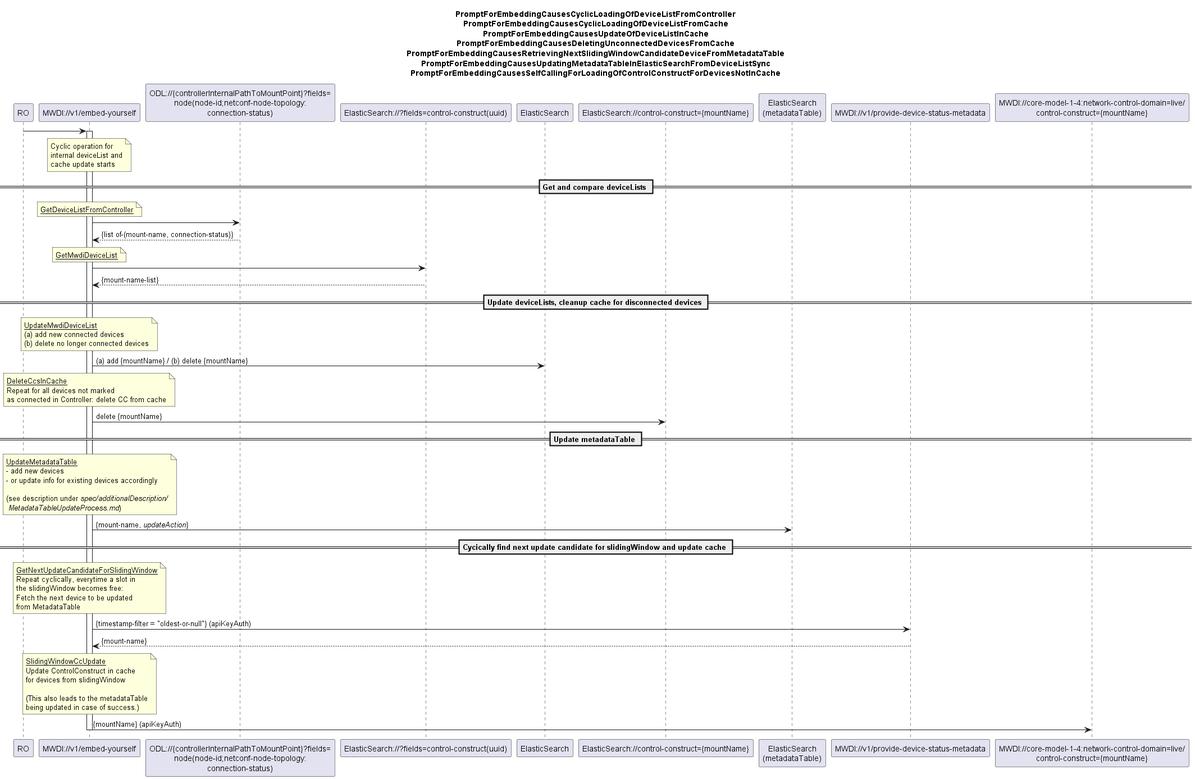
The PlantUML diagram spec/diagrams/00x_CyclicOperationBasedDeviceListSync.png in openBackhaul/MicroWaveDeviceInventory, before a commit.
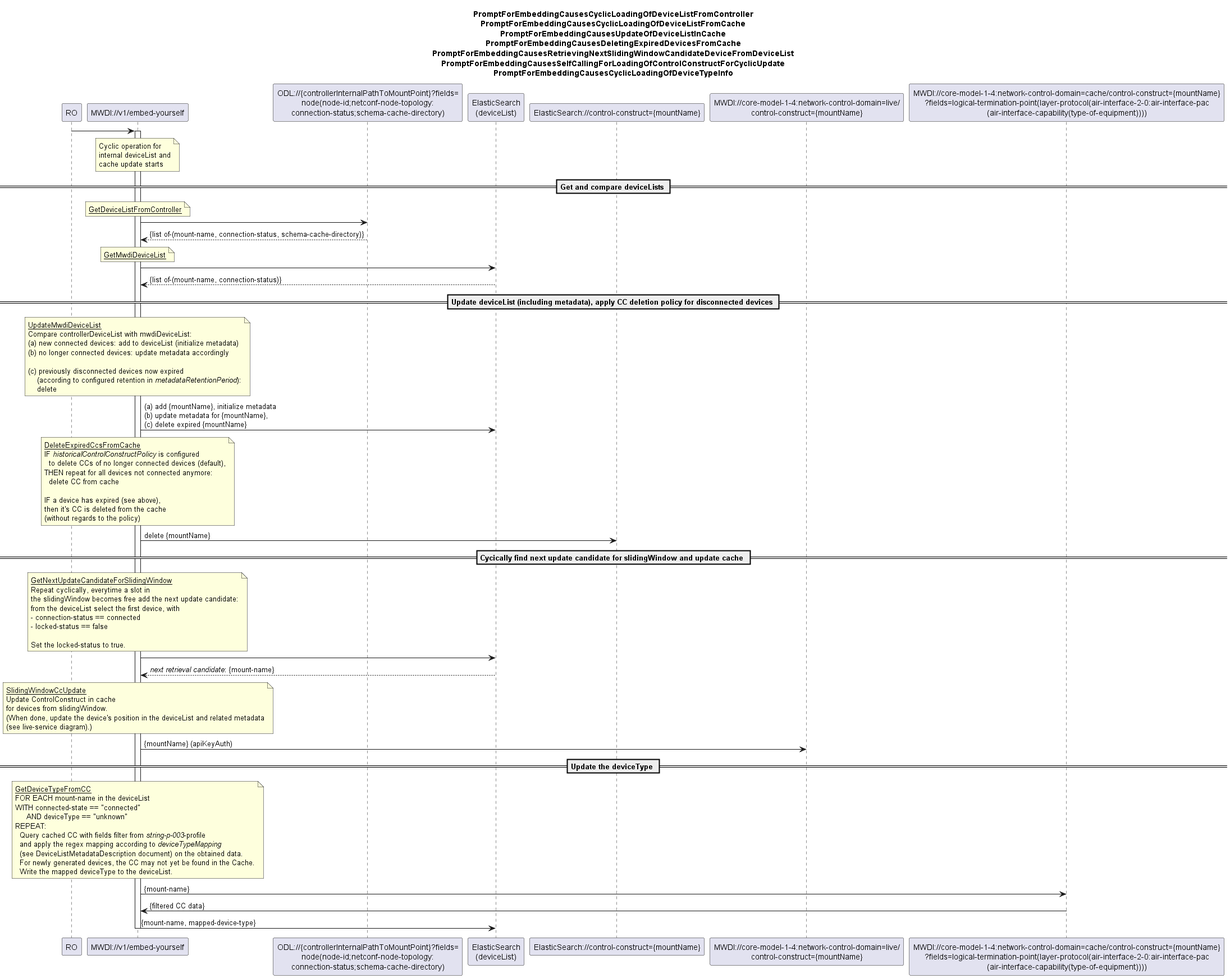
After the change.

What changed in the source:
```diff
@@ -1,27 +1,23 @@
 @startuml 00x_CyclicOperationBasedDeviceListSync
 skinparam responseMessageBelowArrow true
-
-
 
 title
 PromptForEmbeddingCausesCyclicLoadingOfDeviceListFromController
 PromptForEmbeddingCausesCyclicLoadingOfDeviceListFromCache
 PromptForEmbeddingCausesUpdateOfDeviceListInCache
-PromptForEmbeddingCausesDeletingUnconnectedDevicesFromCache
-PromptForEmbeddingCausesRetrievingNextSlidingWindowCandidateDeviceFromMetadataTable
-PromptForEmbeddingCausesUpdatingMetadataTableInElasticSearchFromDeviceListSync
-PromptForEmbeddingCausesSelfCallingForLoadingOfControlConstructForDevicesNotInCache
+PromptForEmbeddingCausesDeletingExpiredDevicesFromCache
+PromptForEmbeddingCausesRetrievingNextSlidingWindowCandidateDeviceFromDeviceList
+PromptForEmbeddingCausesSelfCallingForLoadingOfControlConstructForCyclicUpdate
+PromptForEmbeddingCausesCyclicLoadingOfDeviceTypeInfo
 end title
 
 participant "RO" as ro
 participant "MWDI://v1/embed-yourself" as mwdi
-participant "ODL://{controllerInternalPathToMountPoint}?fields=\nnode(node-id;netconf-node-topology:\nconnection-status)" as odlConnectionStatus
-participant "ElasticSearch://?fields=control-construct(uuid)" as ConnectedDeviceList
-participant "ElasticSearch" as es
+participant "ODL://{controllerInternalPathToMountPoint}?fields=\nnode(node-id;netconf-node-topology:\nconnection-status;schema-cache-directory)" as odlConnectionStatus
+participant "ElasticSearch\n(deviceList)" as deviceList
 participant "ElasticSearch://control-construct={mountName}" as esCC
-participant "ElasticSearch\n(metadataTable)" as mtab
-participant "MWDI://v1/provide-device-status-metadata" as metadata
 participant "MWDI://core-model-1-4:network-control-domain=live/\ncontrol-construct={mountName}" as ControlConstruct
+participant "MWDI://core-model-1-4:network-control-domain=cache/control-construct={mountName}\n?fields=logical-termination-point(layer-protocol(air-interface-2-0:air-interface-pac\n(air-interface-capability(type-of-equipment))))" as mwdiDevType
 
 
 
@@ -40,62 +36,82 @@
   <u>GetDeviceListFromController</u>
 end note
 mwdi -> odlConnectionStatus
-odlConnectionStatus --> mwdi: {list of-(mount-name, connection-status)}
+odlConnectionStatus --> mwdi: {list of-(mount-name, connection-status, schema-cache-directory)}
 
 note over mwdi
   <u>GetMwdiDeviceList</u>
 end note
-mwdi -> ConnectedDeviceList
-ConnectedDeviceList --> mwdi: {mount-name-list}
+mwdi -> deviceList
+deviceList --> mwdi: {list of-(mount-name, connection-status)}
 
-== Update deviceLists, cleanup cache for disconnected devices ==
+== Update deviceList (including metadata), apply CC deletion policy for disconnected devices ==
 
 note over mwdi
   <u>UpdateMwdiDeviceList</u>
-  (a) add new connected devices
-  (b) delete no longer connected devices
+  Compare controllerDeviceList with mwdiDeviceList:
+  (a) new connected devices: add to deviceList (initialize metadata)
+  (b) no longer connected devices: update metadata accordingly
+
+  (c) previously disconnected devices now expired
+      (according to configured retention in <i>metadataRetentionPeriod</i>):
+      delete
 end note
-mwdi -> es: (a) add {mountName} / (b) delete {mountName}
+mwdi -> deviceList: (a) add {mountName}, initialize metadata \n(b) update metadata for {mountName}, \n(c) delete expired {mountName}
 
 note over mwdi
-  <u>DeleteCcsInCache</u>
-  Repeat for all devices not marked
-  as connected in Controller: delete CC from cache
+  <u>DeleteExpiredCcsFromCache</u>
+  IF <i>historicalControlConstructPolicy</i> is configured
+    to delete CCs of no longer connected devices (default),
+  THEN repeat for all devices not connected anymore:
+    delete CC from cache
+
+  IF a device has expired (see above),
+  then it's CC is deleted from the cache
+  (without regards to the policy)
 end note
 mwdi -> esCC: delete {mountName}
-
-== Update metadataTable ==
-note over mwdi
-  <u>UpdateMetadataTable</u>
-  - add new devices
-  - or update info for existing devices accordingly
-
-  (see description under <i>spec/additionalDescription/</i>
-   <i>MetadataTableUpdateProcess.md</i>)
-end note
-mwdi -> mtab: {mount-name, <i>updateAction</i>}
 
 == Cycically find next update candidate for slidingWindow and update cache ==
 
 note over mwdi
   <u>GetNextUpdateCandidateForSlidingWindow</u>
   Repeat cyclically, everytime a slot in
-  the slidingWindow becomes free:
-  Fetch the next device to be updated
-  from MetadataTable
+  the slidingWindow becomes free add the next update candidate:
+  from the deviceList select the first device, with
+  - connection-status == connected
+  - locked-status == false
+
+  Set the locked-status to true.
 end note
-mwdi -> metadata: {timestamp-filter = "oldest-or-null"} (apiKeyAuth)
-metadata --> mwdi: {mount-name}
+mwdi -> deviceList
+deviceList --> mwdi: <i>next retrieval candidate</i>: {mount-name}
 
 note over mwdi
   <u>SlidingWindowCcUpdate</u>
   Update ControlConstruct in cache
-  for devices from slidingWindow
-
-  (This also leads to the metadataTable
-  being updated in case of success.)
+  for devices from slidingWindow.
+  (When done, update the device's position in the deviceList and related metadata
+  (see live-service diagram).)
 end note
 mwdi -> ControlConstruct: {mountName} (apiKeyAuth)
+
+== Update the deviceType ==
+
+note over mwdi
+  <u>GetDeviceTypeFromCC</u>
+  FOR EACH mount-name in the deviceList
+  WITH connected-state == "connected"
+       AND deviceType == "unknown"
+  REPEAT:
+    Query cached CC with fields filter from <i>string-p-003</i>-profile
+    and apply the regex mapping according to <i>deviceTypeMapping</i>
+    (see DeviceListMetadataDescription document) on the obtained data.
+    For newly generated devices, the CC may not yet be found in the Cache.
+    Write the mapped deviceType to the deviceList.
+end note
+mwdi -> mwdiDevType: {mount-name}
+mwdiDevType -> mwdi: {filtered CC data}
+mwdi -> deviceList: {mount-name, mapped-device-type}
 
 deactivate mwdi
 
```
